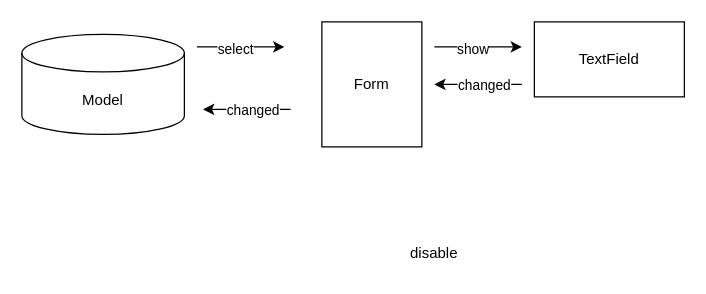
Earlier version of the draw.io diagram request_model_form_binding.drawio (AlmCoding/expander-ui). Source tidied: cells renumbered, new cells numbered last; positions are measured from the earlier drawing's top-left corner, leaving out a move shared by most shapes. Both pictures are drawn from the tidied source at 125%, with x=0, y=0 at pixel (21, 21).
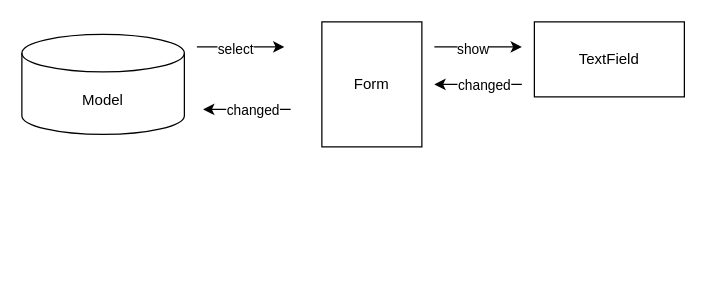
The same page after the edit.

What changed in the source:
```diff
@@
-    <mxCell id="13" value="disable" style="text;html=1;align=center;verticalAlign=middle;whiteSpace=wrap;rounded=0;" parent="1" vertex="1">
-      <mxGeometry x="300" y="170" width="60" height="30" as="geometry" />
-    </mxCell>
```
